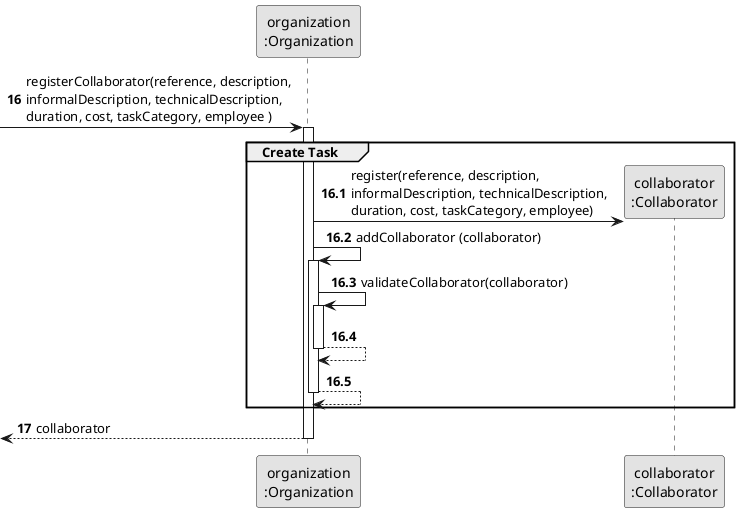
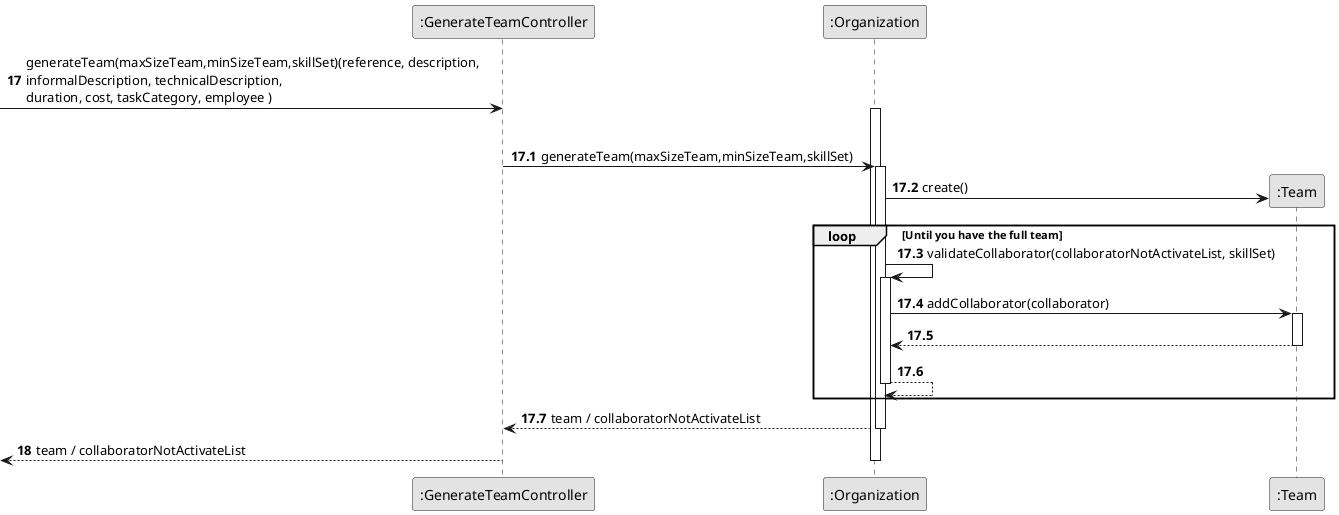
@startuml
skinparam monochrome true
skinparam packageStyle rectangle
skinparam shadowing false

- participant "organization\n:Organization" as ORG
- participant "collaborator\n:Collaborator" as collaborator
+ participant ":GenerateTeamController" as CTRL
+ participant ":Organization" as ORG
+ participant ":Team" as Team
+ autonumber 17

- autonumber 16
- -> ORG: registerCollaborator(reference, description,\ninformalDescription, technicalDescription,\nduration, cost, taskCategory, employee )
+ -> CTRL: generateTeam(maxSizeTeam,minSizeTeam,skillSet)(reference, description,\ninformalDescription, technicalDescription,\nduration, cost, taskCategory, employee )

- autonumber 16.1
+ autonumber 17.1
activate ORG
-     group Create Task
+     group Generate Team

-         ORG -> collaborator**: register(reference, description,\ninformalDescription, technicalDescription,\nduration, cost, taskCategory, employee)
-         ORG -> ORG: addCollaborator (collaborator)

-         activate ORG
-             ORG -> ORG: validateCollaborator(collaborator)
-             activate ORG
-                 ORG --> ORG
-             deactivate ORG

-             ORG --> ORG
-         deactivate ORG
-     end
+                    CTRL -> ORG:generateTeam(maxSizeTeam,minSizeTeam,skillSet)
+                    activate ORG

-     autonumber 17
-     <-- ORG : collaborator
+                        ORG -> Team**: create()
+ 
+                        loop Until you have the full team
+ 
+                        ORG -> ORG: validateCollaborator(collaboratorNotActivateList, skillSet)
+                        activate ORG
+ 
+                            ORG -> Team: addCollaborator(collaborator)
+                            activate Team
+ 
+                                Team --> ORG
+                            deactivate Team
+ 
+                            ORG --> ORG
+                        deactivate ORG
+ 
+                        end
+ 
+                        ORG --> CTRL : team / collaboratorNotActivateList
+ 
+                    deactivate ORG
+ 
+     autonumber 18
+     <-- CTRL : team / collaboratorNotActivateList
deactivate ORG


@enduml